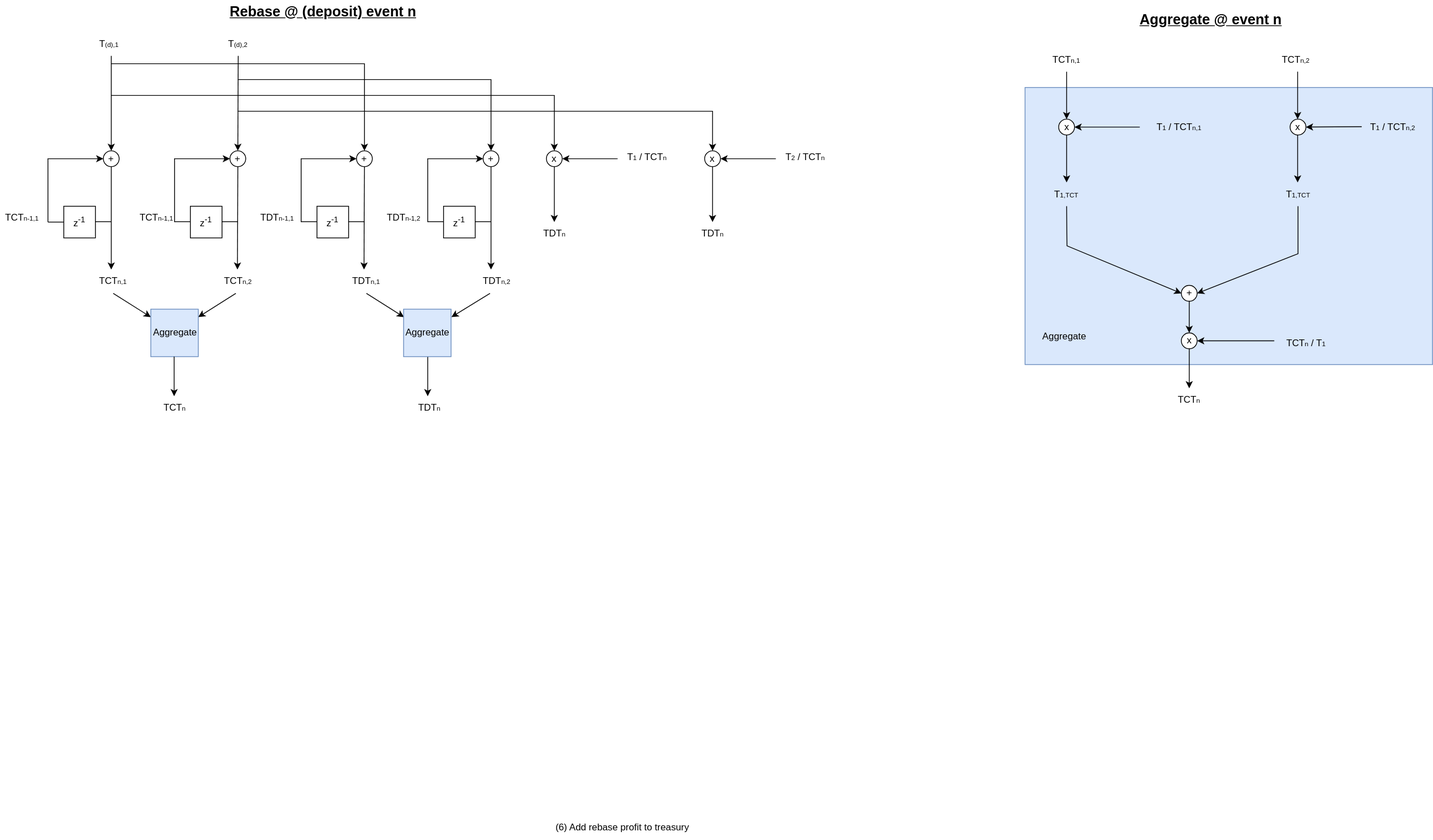
tjvsx/daosys keeps this draw.io diagram as images/simulation/rebase_event.drawio.svg. Above is the earlier version. Source tidied: cells renumbered, new cells last; positions are measured from the earlier drawing's top-left corner, leaving out a move shared by most shapes.
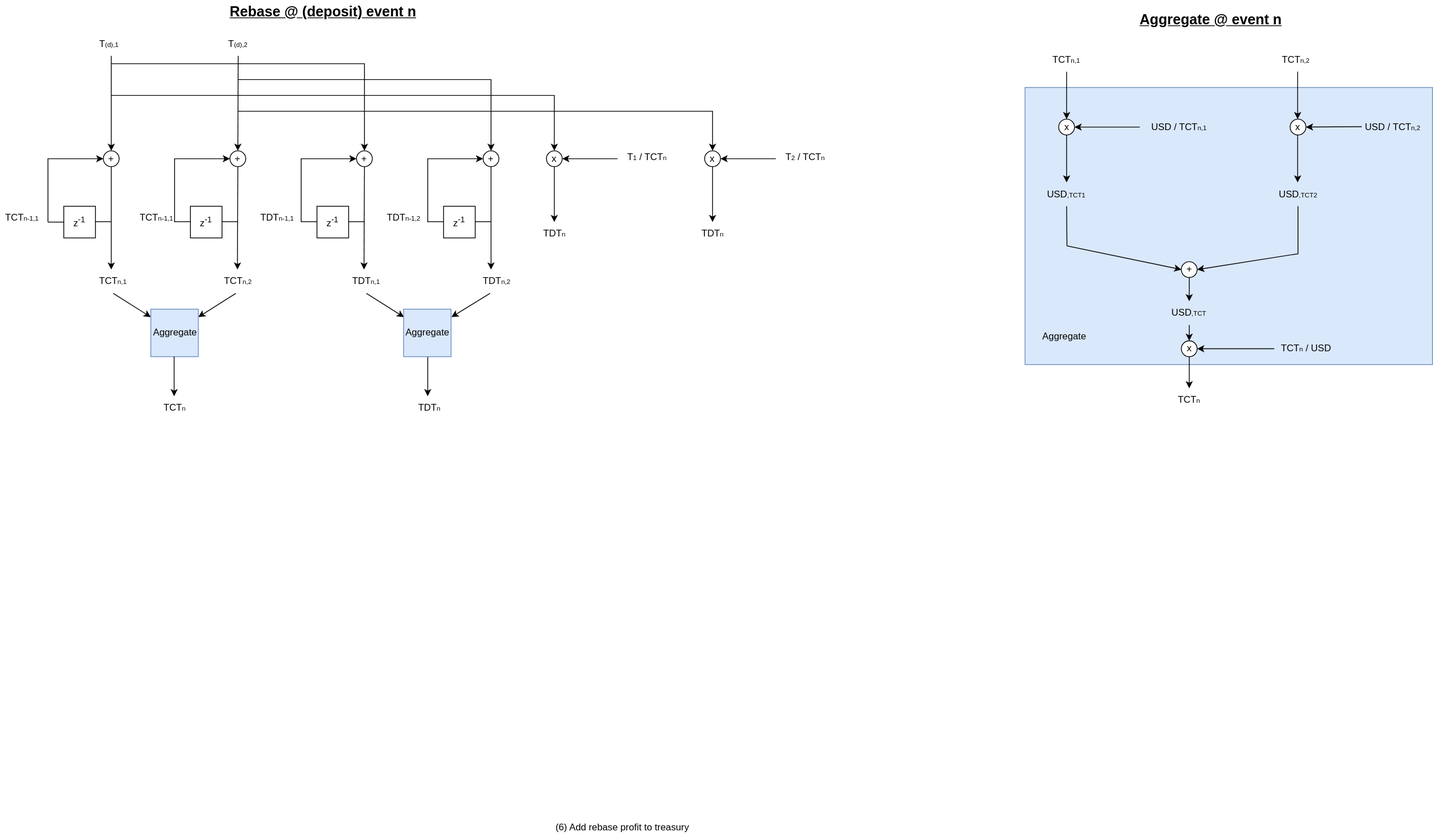
The same file after the commit.

Commit message:
update block diagram

The edit, as a diff of the source:
```diff
@@ -212,19 +212,19 @@
         <mxPoint x="1440" y="160" as="sourcePoint" />
       </mxGeometry>
     </mxCell>
-    <mxCell id="49" value="T&lt;span style=&quot;font-size: 8.33333px&quot;&gt;1&lt;/span&gt;&amp;nbsp;/ TCT&lt;span style=&quot;font-size: 8.33333px&quot;&gt;n,1&lt;/span&gt;" style="text;html=1;strokeColor=none;fillColor=none;align=center;verticalAlign=middle;whiteSpace=wrap;rounded=0;" parent="1" vertex="1">
+    <mxCell id="49" value="USD / TCT&lt;span style=&quot;font-size: 8.33333px&quot;&gt;n,1&lt;/span&gt;" style="text;html=1;strokeColor=none;fillColor=none;align=center;verticalAlign=middle;whiteSpace=wrap;rounded=0;" parent="1" vertex="1">
       <mxGeometry x="1450" y="145" width="80" height="30" as="geometry" />
     </mxCell>
-    <mxCell id="50" value="T&lt;span style=&quot;font-size: 8.33333px&quot;&gt;1&lt;/span&gt;&amp;nbsp;/ TCT&lt;span style=&quot;font-size: 8.33333px&quot;&gt;n,2&lt;/span&gt;" style="text;html=1;strokeColor=none;fillColor=none;align=center;verticalAlign=middle;whiteSpace=wrap;rounded=0;" parent="1" vertex="1">
+    <mxCell id="50" value="USD / TCT&lt;span style=&quot;font-size: 8.33333px&quot;&gt;n,2&lt;/span&gt;" style="text;html=1;strokeColor=none;fillColor=none;align=center;verticalAlign=middle;whiteSpace=wrap;rounded=0;" parent="1" vertex="1">
       <mxGeometry x="1720" y="145" width="80" height="30" as="geometry" />
     </mxCell>
-    <mxCell id="51" value="&lt;span&gt;T&lt;/span&gt;&lt;span style=&quot;font-size: 8.33333px&quot;&gt;1,TCT&lt;/span&gt;" style="text;html=1;strokeColor=none;fillColor=none;align=center;verticalAlign=middle;whiteSpace=wrap;rounded=0;" parent="1" vertex="1">
+    <mxCell id="51" value="USD&lt;span style=&quot;font-size: 8.33333px&quot;&gt;,TCT1&lt;/span&gt;" style="text;html=1;strokeColor=none;fillColor=none;align=center;verticalAlign=middle;whiteSpace=wrap;rounded=0;" parent="1" vertex="1">
       <mxGeometry x="1320" y="230" width="55" height="30" as="geometry" />
     </mxCell>
     <mxCell id="52" style="endArrow=classic;html=1;rounded=0;exitX=0.5;exitY=1;exitDx=0;exitDy=0;entryX=0.5;entryY=0;entryDx=0;entryDy=0;" parent="1" edge="1" source="47" target="51">
       <mxGeometry relative="1" as="geometry" />
     </mxCell>
-    <mxCell id="53" value="T&lt;span style=&quot;font-size: 8.33333px&quot;&gt;1,TCT&lt;/span&gt;" style="text;html=1;strokeColor=none;fillColor=none;align=center;verticalAlign=middle;whiteSpace=wrap;rounded=0;" parent="1" vertex="1">
+    <mxCell id="53" value="USD&lt;span style=&quot;font-size: 8.33333px&quot;&gt;,TCT2&lt;/span&gt;" style="text;html=1;strokeColor=none;fillColor=none;align=center;verticalAlign=middle;whiteSpace=wrap;rounded=0;" parent="1" vertex="1">
       <mxGeometry x="1612.5" y="230" width="55" height="30" as="geometry" />
     </mxCell>
     <mxCell id="54" style="endArrow=classic;html=1;rounded=0;exitX=0.5;exitY=1;exitDx=0;exitDy=0;entryX=0;entryY=0.5;entryDx=0;entryDy=0;" parent="1" edge="1" source="51" target="56">
@@ -242,18 +242,18 @@
       </mxGeometry>
     </mxCell>
     <mxCell id="56" value="+" style="ellipse;whiteSpace=wrap;html=1;" parent="1" vertex="1">
-      <mxGeometry x="1492.5" y="360" width="20" height="20" as="geometry" />
+      <mxGeometry x="1492.5" y="330" width="20" height="20" as="geometry" />
     </mxCell>
     <mxCell id="57" value="x" style="ellipse;whiteSpace=wrap;html=1;" parent="1" vertex="1">
-      <mxGeometry x="1492.5" y="420" width="20" height="20" as="geometry" />
+      <mxGeometry x="1492.5" y="430" width="20" height="20" as="geometry" />
     </mxCell>
     <mxCell id="58" style="endArrow=classic;html=1;rounded=0;entryX=1;entryY=0.5;entryDx=0;entryDy=0;" parent="1" edge="1" target="57">
       <mxGeometry relative="1" as="geometry">
-        <mxPoint x="1610" y="430" as="sourcePoint" />
+        <mxPoint x="1610" y="440" as="sourcePoint" />
       </mxGeometry>
     </mxCell>
-    <mxCell id="59" value="TCT&lt;span style=&quot;font-size: 8.33333px&quot;&gt;n&lt;/span&gt;&amp;nbsp;/ T&lt;span style=&quot;font-size: 8.33333px&quot;&gt;1&lt;/span&gt;&lt;span style=&quot;color: rgba(0 , 0 , 0 , 0) ; font-family: monospace ; font-size: 0px&quot;&gt;%3CmxGraphModel%3E%3Croot%3E%3CmxCell%20id%3D%220%22%2F%3E%3CmxCell%20id%3D%221%22%20parent%3D%220%22%2F%3E%3CmxCell%20id%3D%222%22%20value%3D%22%26lt%3Bspan%26gt%3BT%26lt%3B%2Fspan%26gt%3B%26lt%3Bspan%20style%3D%26quot%3Bfont-size%3A%208.33333px%26quot%3B%26gt%3B1%2CTCT%26lt%3B%2Fspan%26gt%3B%22%20style%3D%22text%3Bhtml%3D1%3BstrokeColor%3Dnone%3BfillColor%3Dnone%3Balign%3Dcenter%3BverticalAlign%3Dmiddle%3BwhiteSpace%3Dwrap%3Brounded%3D0%3B%22%20vertex%3D%221%22%20parent%3D%221%22%3E%3CmxGeometry%20x%3D%22930%22%20y%3D%22200%22%20width%3D%2255%22%20height%3D%2230%22%20as%3D%22geometry%22%2F%3E%3C%2FmxCell%3E%3C%2Froot%3E%3C%2FmxGraphModel%3E&lt;/span&gt;" style="text;html=1;strokeColor=none;fillColor=none;align=center;verticalAlign=middle;whiteSpace=wrap;rounded=0;" parent="1" vertex="1">
-      <mxGeometry x="1612.5" y="420" width="75" height="25" as="geometry" />
+    <mxCell id="59" value="TCT&lt;span style=&quot;font-size: 8.33333px&quot;&gt;n&lt;/span&gt;&amp;nbsp;/ USD&lt;span style=&quot;color: rgba(0 , 0 , 0 , 0) ; font-family: monospace ; font-size: 0px&quot;&gt;%3CmxGraphModel%3E%3Croot%3E%3CmxCell%20id%3D%220%22%2F%3E%3CmxCell%20id%3D%221%22%20parent%3D%220%22%2F%3E%3CmxCell%20id%3D%222%22%20value%3D%22%26lt%3Bspan%26gt%3BT%26lt%3B%2Fspan%26gt%3B%26lt%3Bspan%20style%3D%26quot%3Bfont-size%3A%208.33333px%26quot%3B%26gt%3B1%2CTCT%26lt%3B%2Fspan%26gt%3B%22%20style%3D%22text%3Bhtml%3D1%3BstrokeColor%3Dnone%3BfillColor%3Dnone%3Balign%3Dcenter%3BverticalAlign%3Dmiddle%3BwhiteSpace%3Dwrap%3Brounded%3D0%3B%22%20vertex%3D%221%22%20parent%3D%221%22%3E%3CmxGeometry%20x%3D%22930%22%20y%3D%22200%22%20width%3D%2255%22%20height%3D%2230%22%20as%3D%22geometry%22%2F%3E%3C%2FmxCell%3E%3C%2Froot%3E%3C%2FmxGraphModel%3E&lt;/span&gt;" style="text;html=1;strokeColor=none;fillColor=none;align=center;verticalAlign=middle;whiteSpace=wrap;rounded=0;" parent="1" vertex="1">
+      <mxGeometry x="1612.5" y="427.5" width="75" height="25" as="geometry" />
     </mxCell>
     <mxCell id="60" style="endArrow=classic;html=1;rounded=0;exitX=0.5;exitY=1;exitDx=0;exitDy=0;entryX=0.5;entryY=0;entryDx=0;entryDy=0;" parent="1" edge="1" source="57" target="61">
       <mxGeometry relative="1" as="geometry" />
@@ -362,9 +362,6 @@
         <mxPoint x="1639.5" y="230" as="targetPoint" />
       </mxGeometry>
     </mxCell>
-    <mxCell id="84" style="endArrow=classic;html=1;rounded=0;exitX=0.5;exitY=1;exitDx=0;exitDy=0;entryX=0.5;entryY=0;entryDx=0;entryDy=0;" parent="1" edge="1" source="56" target="57">
-      <mxGeometry relative="1" as="geometry" />
-    </mxCell>
     <mxCell id="85" value="x" style="ellipse;whiteSpace=wrap;html=1;" parent="1" vertex="1">
       <mxGeometry x="690" y="190" width="20" height="20" as="geometry" />
     </mxCell>
@@ -398,5 +395,14 @@
     <mxCell id="93" value="T&lt;span style=&quot;font-size: 8.33333px&quot;&gt;2&lt;/span&gt;&amp;nbsp;/ TCT&lt;span style=&quot;font-size: 8.33333px&quot;&gt;n&lt;/span&gt;&lt;span style=&quot;color: rgba(0 , 0 , 0 , 0) ; font-family: monospace ; font-size: 0px&quot;&gt;%3CmxGraphModel%3E%3Croot%3E%3CmxCell%20id%3D%220%22%2F%3E%3CmxCell%20id%3D%221%22%20parent%3D%220%22%2F%3E%3CmxCell%20id%3D%222%22%20value%3D%22%26lt%3Bspan%26gt%3BT%26lt%3B%2Fspan%26gt%3B%26lt%3Bspan%20style%3D%26quot%3Bfont-size%3A%208.33333px%26quot%3B%26gt%3B1%2CTCT%26lt%3B%2Fspan%26gt%3B%22%20style%3D%22text%3Bhtml%3D1%3BstrokeColor%3Dnone%3BfillColor%3Dnone%3Balign%3Dcenter%3BverticalAlign%3Dmiddle%3BwhiteSpace%3Dwrap%3Brounded%3D0%3B%22%20vertex%3D%221%22%20parent%3D%221%22%3E%3CmxGeometry%20x%3D%22930%22%20y%3D%22200%22%20width%3D%2255%22%20height%3D%2230%22%20as%3D%22geometry%22%2F%3E%3C%2FmxCell%3E%3C%2Froot%3E%3C%2FmxGraphModel%3E&lt;/span&gt;" style="text;html=1;strokeColor=none;fillColor=none;align=center;verticalAlign=middle;whiteSpace=wrap;rounded=0;" parent="1" vertex="1">
       <mxGeometry x="970" y="185" width="95" height="25" as="geometry" />
     </mxCell>
+    <mxCell id="94" value="USD&lt;span style=&quot;font-size: 8.33333px&quot;&gt;,TCT&lt;/span&gt;" style="text;html=1;strokeColor=none;fillColor=none;align=center;verticalAlign=middle;whiteSpace=wrap;rounded=0;" parent="1" vertex="1">
+      <mxGeometry x="1475" y="380" width="55" height="30" as="geometry" />
+    </mxCell>
+    <mxCell id="95" style="endArrow=classic;html=1;rounded=0;exitX=0.5;exitY=1;exitDx=0;exitDy=0;entryX=0.5;entryY=0;entryDx=0;entryDy=0;" parent="1" edge="1" source="56" target="94">
+      <mxGeometry relative="1" as="geometry" />
+    </mxCell>
+    <mxCell id="96" style="endArrow=classic;html=1;rounded=0;exitX=0.5;exitY=1;exitDx=0;exitDy=0;entryX=0.5;entryY=0;entryDx=0;entryDy=0;" parent="1" edge="1" source="94" target="57">
+      <mxGeometry relative="1" as="geometry" />
+    </mxCell>
   </root>
 </mxGraphModel>
```
